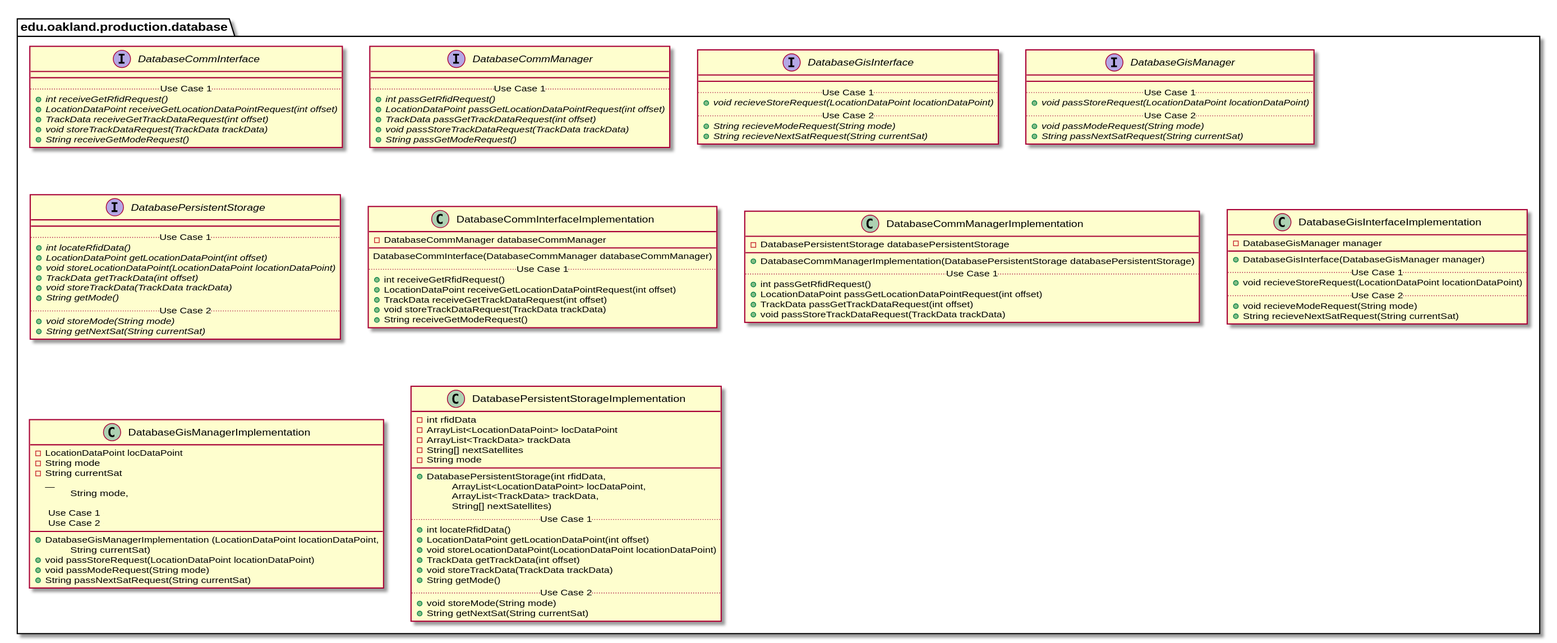
This is docs/uml-class-diagrams/database/production/DatabaseProductionPackage.svg from elilley15/csi-3370-software-project, a PlantUML export, as it was before one commit.
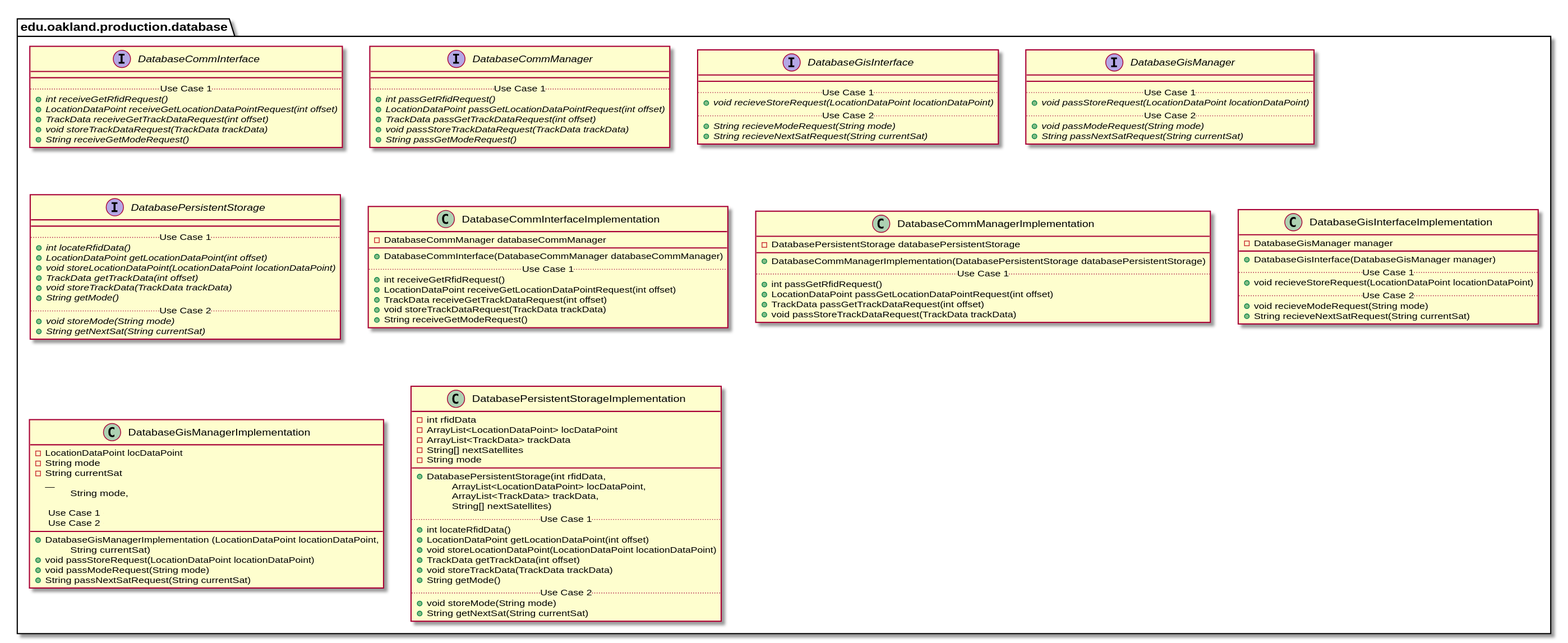
Above is the later version.

What changed in the source:
```diff
@@ -76,7 +76,7 @@
     class DatabaseCommInterfaceImplementation {
         - DatabaseCommManager databaseCommManager
         __
-        DatabaseCommInterface(DatabaseCommManager databaseCommManager)
+        + DatabaseCommInterface(DatabaseCommManager databaseCommManager)
         .. Use Case 1 ..
         + int receiveGetRfidRequest()
         + LocationDataPoint receiveGetLocationDataPointRequest(int offset)
```
